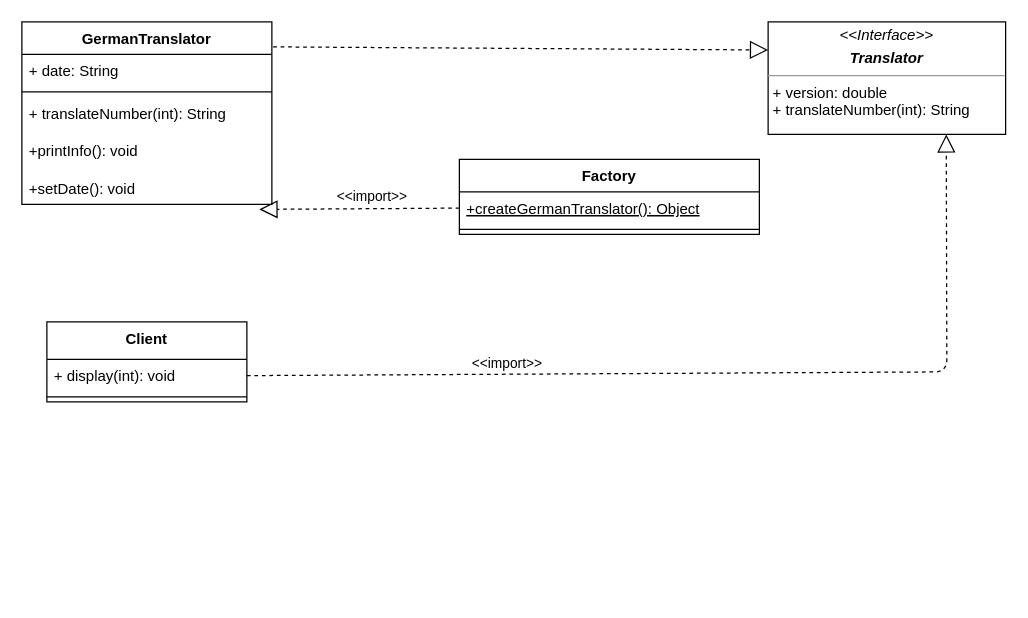
Earlier version of the draw.io diagram SE-1Übung1.drawio (dabels2s/studentOFHBRS). Source tidied: cells renumbered, new cells numbered last; positions are measured from the earlier drawing's top-left corner, leaving out a move shared by most shapes. Both pictures are drawn from the tidied source at 125%, with x=0, y=0 at pixel (21, 21).
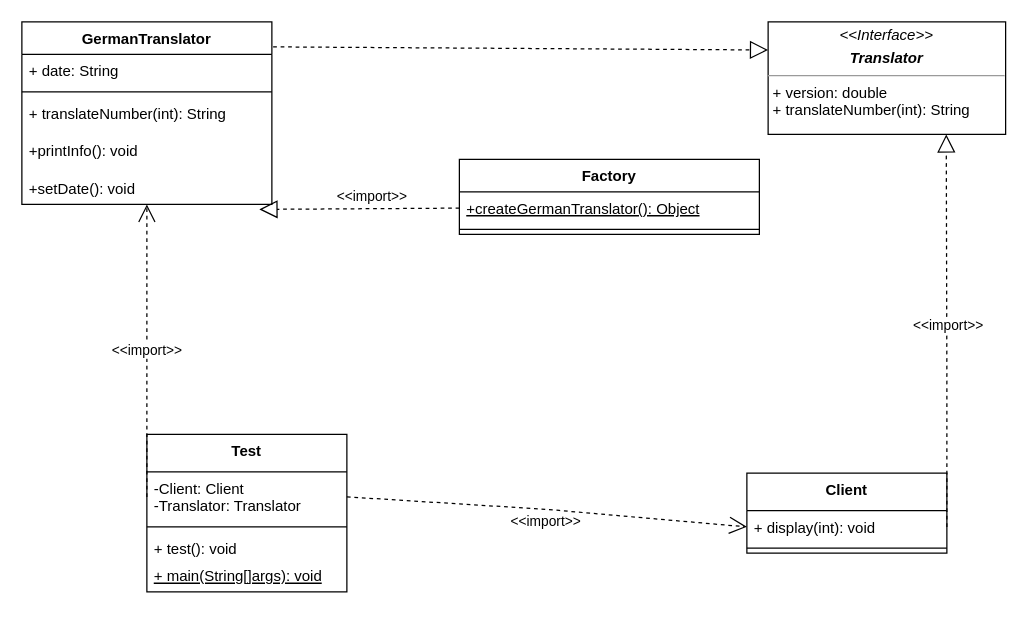
The same diagram, later.

Unchanged cells that the change refers to:
```xml
<mxCell id="8" value="+setDate(): void" style="text;strokeColor=none;fillColor=none;align=left;verticalAlign=top;spacingLeft=4;spacingRight=4;overflow=hidden;points=[[0,0.5],[1,0.5]];portConstraint=eastwest;" parent="3" vertex="1">
  <mxGeometry y="120" width="200" height="26" as="geometry" />
</mxCell>
<mxCell id="10" value="+ display(int): void" style="text;strokeColor=none;fillColor=none;align=left;verticalAlign=top;spacingLeft=4;spacingRight=4;overflow=hidden;points=[[0,0.5],[1,0.5]];portConstraint=eastwest;" parent="9" vertex="1">
  <mxGeometry y="30" width="160" height="26" as="geometry" />
</mxCell>
<mxCell id="19" style="endArrow=block;dashed=1;endFill=0;endSize=12;html=1;exitX=1;exitY=0.5;exitDx=0;exitDy=0;entryX=0.75;entryY=1;entryDx=0;entryDy=0;" parent="1" edge="1" source="10" target="2">
  <mxGeometry relative="1" as="geometry">
    <Array as="points">
      <mxPoint x="740" y="280" />
    </Array>
  </mxGeometry>
</mxCell>
```

Change to the diagram source:
```diff
@@
     <mxCell id="9" value="Client" style="swimlane;fontStyle=1;align=center;verticalAlign=top;horizontal=1;startSize=30;" parent="1" vertex="1">
-      <mxGeometry x="20" y="240" width="160" height="64" as="geometry" />
+      <mxGeometry x="580" y="361" width="160" height="64" as="geometry" />
     </mxCell>
@@
     <mxCell id="20" value="&amp;lt;&amp;lt;import&amp;gt;&amp;gt;" style="edgeLabel;html=1;align=center;verticalAlign=middle;" parent="19" vertex="1">
       <mxGeometry x="-0.57" y="-2" relative="1" as="geometry">
-        <mxPoint x="46" y="-12" as="offset" />
+        <mxPoint x="-2" y="-94" as="offset" />
       </mxGeometry>
     </mxCell>
+    <mxCell id="21" value="Test" style="swimlane;fontStyle=1;align=center;verticalAlign=top;horizontal=1;startSize=30;" parent="1" vertex="1">
+      <mxGeometry x="100" y="330" width="160" height="126" as="geometry" />
+    </mxCell>
+    <mxCell id="22" value="-Client: Client&#10;-Translator: Translator" style="text;strokeColor=none;fillColor=none;align=left;verticalAlign=top;spacingLeft=4;spacingRight=4;overflow=hidden;points=[[0,0.5],[1,0.5]];portConstraint=eastwest;" parent="21" vertex="1">
+      <mxGeometry y="30" width="160" height="40" as="geometry" />
+    </mxCell>
+    <mxCell id="23" style="line;strokeWidth=1;fillColor=none;align=left;verticalAlign=middle;spacingTop=-1;spacingLeft=3;spacingRight=3;labelPosition=right;" parent="21" vertex="1">
+      <mxGeometry y="70" width="160" height="8" as="geometry" />
+    </mxCell>
+    <mxCell id="24" value="+ test(): void&#10;" style="text;strokeColor=none;fillColor=none;align=left;verticalAlign=top;spacingLeft=4;spacingRight=4;overflow=hidden;fontStyle=0;" parent="21" vertex="1">
+      <mxGeometry y="78" width="160" height="22" as="geometry" />
+    </mxCell>
+    <mxCell id="25" value="+ main(String[]args): void" style="text;strokeColor=none;fillColor=none;align=left;verticalAlign=top;spacingLeft=4;spacingRight=4;overflow=hidden;fontStyle=4;" parent="21" vertex="1">
+      <mxGeometry y="100" width="160" height="26" as="geometry" />
+    </mxCell>
+    <mxCell id="26" value="&amp;lt;&amp;lt;import&amp;gt;&amp;gt;" style="endArrow=open;endSize=12;dashed=1;html=1;exitX=0;exitY=0.5;exitDx=0;exitDy=0;" parent="1" edge="1" source="22" target="8">
+      <mxGeometry relative="1" as="geometry" />
+    </mxCell>
+    <mxCell id="27" value="&amp;lt;&amp;lt;import&amp;gt;&amp;gt;" style="endArrow=open;endSize=12;dashed=1;html=1;exitX=1;exitY=0.5;exitDx=0;exitDy=0;entryX=0;entryY=0.5;entryDx=0;entryDy=0;" parent="1" edge="1" source="22" target="10">
+      <mxGeometry y="-10" relative="1" as="geometry">
+        <Array as="points">
+          <mxPoint x="420" y="390" />
+        </Array>
+      </mxGeometry>
+    </mxCell>
```
